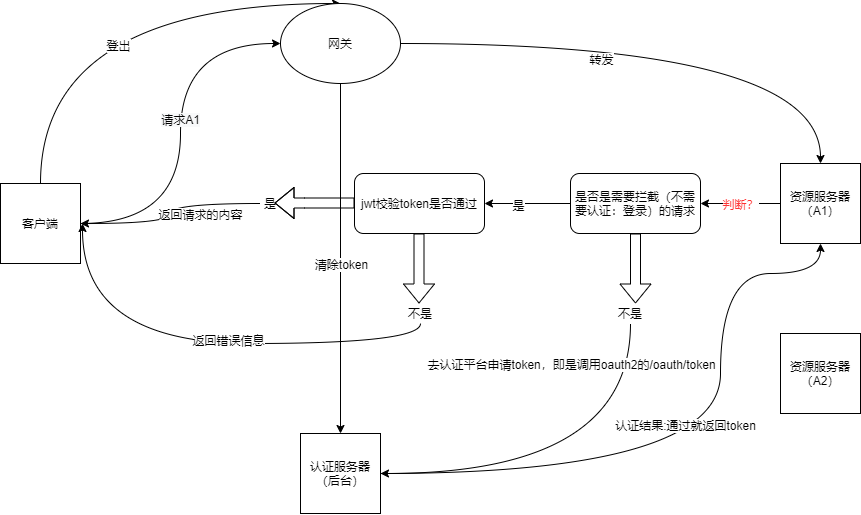
Before: 认证流程.png, a diagram exported from draw.io (jsdsfy/flowchart-warehouse). Source tidied: cells renumbered, new cells last; positions are measured from the earlier drawing's top-left corner, leaving out a move shared by most shapes.
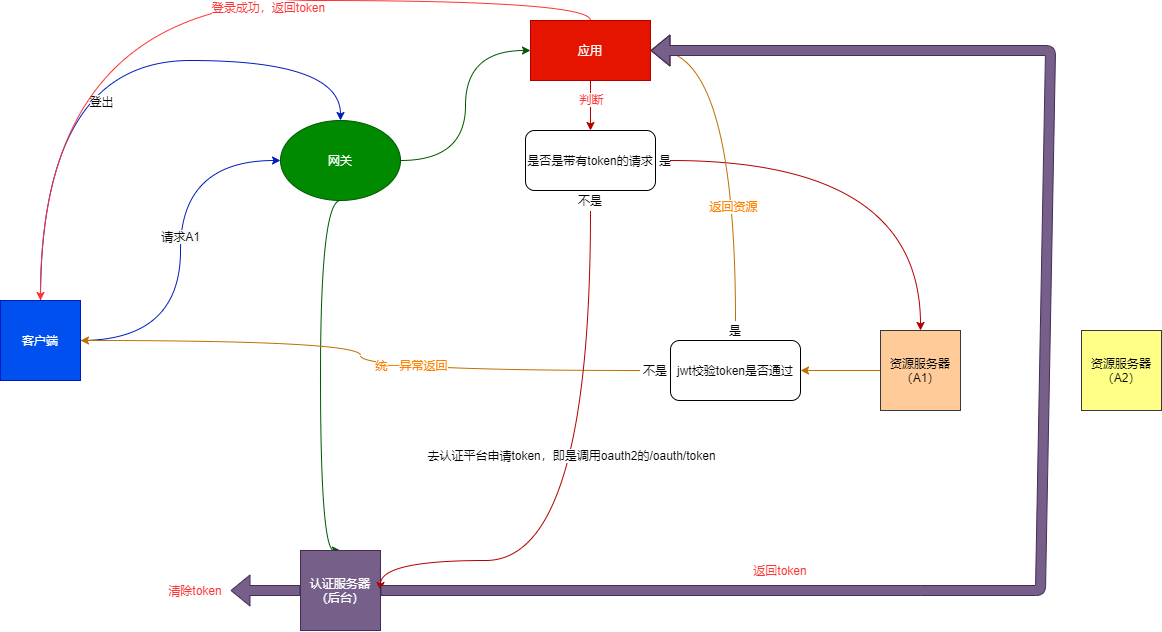
Later version of the same file.

Commit message:
更新认证流程.png

What changed in the source:
```diff
@@ -2,127 +2,90 @@
   <root>
     <mxCell id="0" />
     <mxCell id="1" parent="0" />
-    <mxCell id="2" style="edgeStyle=orthogonalEdgeStyle;jettySize=auto;html=1;exitX=1;exitY=0.5;exitDx=0;exitDy=0;entryX=0;entryY=0.5;entryDx=0;entryDy=0;curved=1;" parent="1" edge="1" source="6" target="14">
+    <mxCell id="2" style="edgeStyle=orthogonalEdgeStyle;jettySize=auto;html=1;exitX=1;exitY=0.5;exitDx=0;exitDy=0;entryX=0;entryY=0.5;entryDx=0;entryDy=0;curved=1;fillColor=#0050ef;strokeColor=#001DBC;" parent="1" edge="1" source="6" target="14">
       <mxGeometry relative="1" as="geometry" />
     </mxCell>
     <mxCell id="3" value="&lt;span style=&quot;font-size: 12px ; background-color: rgb(248 , 249 , 250)&quot;&gt;请求A1&lt;/span&gt;" style="edgeLabel;html=1;align=center;verticalAlign=middle;" parent="2" vertex="1">
       <mxGeometry x="0.07" y="1" relative="1" as="geometry" />
     </mxCell>
-    <mxCell id="4" style="edgeStyle=orthogonalEdgeStyle;curved=1;jettySize=auto;html=1;exitX=0.5;exitY=0;exitDx=0;exitDy=0;entryX=0.5;entryY=0;entryDx=0;entryDy=0;" parent="1" edge="1" source="6" target="14">
+    <mxCell id="4" style="edgeStyle=orthogonalEdgeStyle;curved=1;jettySize=auto;html=1;exitX=0.5;exitY=0;exitDx=0;exitDy=0;entryX=0.5;entryY=0;entryDx=0;entryDy=0;strokeColor=#001DBC;fillColor=#0050ef;" parent="1" edge="1" source="6" target="14">
       <mxGeometry relative="1" as="geometry">
         <Array as="points">
-          <mxPoint x="40" />
+          <mxPoint x="40" y="-60" />
+          <mxPoint x="340" y="-60" />
         </Array>
       </mxGeometry>
     </mxCell>
     <mxCell id="5" value="登出" style="edgeLabel;html=1;align=center;verticalAlign=middle;" parent="4" vertex="1">
-      <mxGeometry x="-0.42" y="-77" relative="1" as="geometry" />
+      <mxGeometry x="-0.42" y="-77" relative="1" as="geometry">
+        <mxPoint x="-17" y="-27.1" as="offset" />
+      </mxGeometry>
     </mxCell>
-    <mxCell id="6" value="客户端" style="whiteSpace=wrap;html=1;" parent="1" vertex="1">
+    <mxCell id="6" value="客户端" style="whiteSpace=wrap;html=1;fillColor=#0050ef;strokeColor=#001DBC;fontColor=#ffffff;" parent="1" vertex="1">
       <mxGeometry y="180" width="80" height="80" as="geometry" />
     </mxCell>
-    <mxCell id="7" style="edgeStyle=orthogonalEdgeStyle;curved=1;jettySize=auto;html=1;exitX=0;exitY=0.5;exitDx=0;exitDy=0;entryX=1;entryY=0.5;entryDx=0;entryDy=0;" parent="1" edge="1" source="9" target="21">
-      <mxGeometry relative="1" as="geometry" />
-    </mxCell>
-    <mxCell id="8" value="判断？" style="edgeLabel;html=1;align=center;verticalAlign=middle;fontColor=#FF3333;" parent="7" vertex="1">
-      <mxGeometry x="0.27" y="3" relative="1" as="geometry">
-        <mxPoint x="10.8" y="-3" as="offset" />
-      </mxGeometry>
-    </mxCell>
+    <mxCell id="35" style="edgeStyle=orthogonalEdgeStyle;curved=1;jettySize=auto;html=1;exitX=0;exitY=0.5;exitDx=0;exitDy=0;entryX=1;entryY=0.5;entryDx=0;entryDy=0;strokeColor=#BD7000;fontColor=#FF3333;fillColor=#f0a30a;" parent="1" edge="1" source="9" target="26">
+      <mxGeometry relative="1" as="geometry" />
+    </mxCell>
-    <mxCell id="9" value="资源服务器（A1）" style="whiteSpace=wrap;html=1;" parent="1" vertex="1">
-      <mxGeometry x="780" y="160" width="80" height="80" as="geometry" />
+    <mxCell id="9" value="资源服务器（A1）" style="whiteSpace=wrap;html=1;fillColor=#ffcc99;strokeColor=#36393d;" parent="1" vertex="1">
+      <mxGeometry x="880" y="210" width="80" height="80" as="geometry" />
     </mxCell>
-    <mxCell id="10" style="edgeStyle=orthogonalEdgeStyle;curved=1;jettySize=auto;html=1;exitX=1;exitY=0.5;exitDx=0;exitDy=0;entryX=0.5;entryY=0;entryDx=0;entryDy=0;" parent="1" edge="1" source="14" target="9">
-      <mxGeometry relative="1" as="geometry" />
-    </mxCell>
-    <mxCell id="11" value="转发" style="edgeLabel;html=1;align=center;verticalAlign=middle;" parent="10" vertex="1">
-      <mxGeometry x="-0.26" y="-15" relative="1" as="geometry" />
-    </mxCell>
-    <mxCell id="12" style="edgeStyle=orthogonalEdgeStyle;curved=1;jettySize=auto;html=1;exitX=0.5;exitY=1;exitDx=0;exitDy=0;entryX=0.5;entryY=0;entryDx=0;entryDy=0;" parent="1" edge="1" source="14" target="17">
-      <mxGeometry relative="1" as="geometry" />
+    <mxCell id="12" style="edgeStyle=orthogonalEdgeStyle;curved=1;jettySize=auto;html=1;exitX=0.5;exitY=1;exitDx=0;exitDy=0;entryX=0.5;entryY=0;entryDx=0;entryDy=0;strokeColor=#005700;fillColor=#008a00;" parent="1" edge="1" source="14" target="17">
+      <mxGeometry relative="1" as="geometry">
+        <Array as="points">
+          <mxPoint x="320" y="80" />
+          <mxPoint x="320" y="430" />
+        </Array>
+      </mxGeometry>
     </mxCell>
-    <mxCell id="13" value="清除token" style="edgeLabel;html=1;align=center;verticalAlign=middle;" parent="12" vertex="1">
-      <mxGeometry x="-0.17" relative="1" as="geometry">
-        <mxPoint y="35" as="offset" />
-      </mxGeometry>
-    </mxCell>
+    <mxCell id="36" style="edgeStyle=orthogonalEdgeStyle;curved=1;jettySize=auto;html=1;exitX=1;exitY=0.5;exitDx=0;exitDy=0;entryX=0;entryY=0.5;entryDx=0;entryDy=0;fontColor=#FF3333;strokeColor=#005700;fillColor=#008a00;" parent="1" edge="1" source="14" target="46">
+      <mxGeometry relative="1" as="geometry" />
+    </mxCell>
-    <mxCell id="14" value="网关" style="ellipse;whiteSpace=wrap;html=1;" parent="1" vertex="1">
+    <mxCell id="14" value="网关" style="ellipse;whiteSpace=wrap;html=1;fillColor=#008a00;strokeColor=#005700;fontColor=#ffffff;" parent="1" vertex="1">
       <mxGeometry x="280" width="120" height="80" as="geometry" />
     </mxCell>
-    <mxCell id="15" style="edgeStyle=orthogonalEdgeStyle;curved=1;jettySize=auto;html=1;exitX=1;exitY=0.5;exitDx=0;exitDy=0;entryX=0.5;entryY=1;entryDx=0;entryDy=0;" parent="1" edge="1" source="17" target="9">
-      <mxGeometry relative="1" as="geometry">
-        <Array as="points">
-          <mxPoint x="720" y="470" />
-          <mxPoint x="720" y="270" />
-          <mxPoint x="820" y="270" />
-        </Array>
-      </mxGeometry>
-    </mxCell>
-    <mxCell id="16" value="认证结果:通过就返回token" style="edgeLabel;html=1;align=center;verticalAlign=middle;" parent="15" vertex="1">
-      <mxGeometry x="-0.09" y="49" relative="1" as="geometry" />
-    </mxCell>
-    <mxCell id="17" value="认证服务器（后台）" style="whiteSpace=wrap;html=1;" parent="1" vertex="1">
+    <mxCell id="17" value="认证服务器（后台）" style="whiteSpace=wrap;html=1;fillColor=#76608a;strokeColor=#432D57;fontColor=#ffffff;" parent="1" vertex="1">
       <mxGeometry x="300" y="430" width="80" height="80" as="geometry" />
     </mxCell>
-    <mxCell id="18" value="资源服务器（A2）" style="whiteSpace=wrap;html=1;" parent="1" vertex="1">
-      <mxGeometry x="780" y="330" width="80" height="80" as="geometry" />
+    <mxCell id="18" value="资源服务器（A2）" style="whiteSpace=wrap;html=1;fillColor=#ffff88;strokeColor=#36393d;" parent="1" vertex="1">
+      <mxGeometry x="1081" y="210" width="80" height="80" as="geometry" />
     </mxCell>
-    <mxCell id="19" style="edgeStyle=orthogonalEdgeStyle;curved=1;jettySize=auto;html=1;exitX=0;exitY=0.5;exitDx=0;exitDy=0;entryX=1;entryY=0.5;entryDx=0;entryDy=0;" parent="1" edge="1" source="21" target="26">
-      <mxGeometry relative="1" as="geometry" />
-    </mxCell>
-    <mxCell id="20" value="是" style="edgeLabel;html=1;align=center;verticalAlign=middle;" parent="19" vertex="1">
-      <mxGeometry x="0.22" y="1" relative="1" as="geometry" />
-    </mxCell>
+    <mxCell id="37" style="edgeStyle=orthogonalEdgeStyle;curved=1;jettySize=auto;html=1;entryX=0.5;entryY=0;entryDx=0;entryDy=0;strokeColor=#B20000;fontColor=#FF3333;fillColor=#e51400;" parent="1" edge="1" target="9">
+      <mxGeometry relative="1" as="geometry">
+        <mxPoint x="670" y="40" as="sourcePoint" />
+      </mxGeometry>
+    </mxCell>
-    <mxCell id="21" value="是否是需要拦截（不需要认证：登录）的请求" style="rounded=1;whiteSpace=wrap;html=1;" parent="1" vertex="1">
-      <mxGeometry x="570" y="170" width="130" height="60" as="geometry" />
+    <mxCell id="21" value="是否是带有token的请求" style="rounded=1;whiteSpace=wrap;html=1;" parent="1" vertex="1">
+      <mxGeometry x="525" y="10" width="130" height="60" as="geometry" />
     </mxCell>
-    <mxCell id="22" style="shape=flexArrow;endArrow=classic;html=1;" parent="1" edge="1" source="21">
-      <mxGeometry relative="1" as="geometry">
-        <mxPoint x="635" y="300" as="targetPoint" />
-      </mxGeometry>
-    </mxCell>
-    <mxCell id="23" style="edgeStyle=orthogonalEdgeStyle;curved=1;jettySize=auto;html=1;exitX=0.5;exitY=1;exitDx=0;exitDy=0;" parent="1" edge="1" source="25">
-      <mxGeometry relative="1" as="geometry">
-        <mxPoint x="82" y="220" as="targetPoint" />
-      </mxGeometry>
-    </mxCell>
-    <mxCell id="24" value="返回错误信息" style="edgeLabel;html=1;align=center;verticalAlign=middle;" parent="23" vertex="1">
-      <mxGeometry x="-0.11" y="-4" relative="1" as="geometry" />
-    </mxCell>
+    <mxCell id="38" style="edgeStyle=orthogonalEdgeStyle;curved=1;jettySize=auto;html=1;exitX=0;exitY=0.5;exitDx=0;exitDy=0;strokeColor=#BD7000;fontColor=#FF3333;fillColor=#f0a30a;" parent="1" edge="1" source="25" target="6">
+      <mxGeometry relative="1" as="geometry" />
+    </mxCell>
+    <mxCell id="39" value="统一异常返回" style="edgeLabel;html=1;align=center;verticalAlign=middle;fontColor=#FF8000;" parent="38" vertex="1">
+      <mxGeometry x="-0.22" y="-6" relative="1" as="geometry" />
+    </mxCell>
     <mxCell id="25" value="不是" style="text;html=1;strokeColor=none;fillColor=none;align=center;verticalAlign=middle;whiteSpace=wrap;rounded=0;" parent="1" vertex="1">
-      <mxGeometry x="400" y="300" width="40" height="20" as="geometry" />
+      <mxGeometry x="640" y="240" width="30" height="20" as="geometry" />
     </mxCell>
     <mxCell id="26" value="jwt校验token是否通过" style="rounded=1;whiteSpace=wrap;html=1;" parent="1" vertex="1">
-      <mxGeometry x="354" y="170" width="130" height="60" as="geometry" />
+      <mxGeometry x="670" y="220" width="130" height="60" as="geometry" />
     </mxCell>
-    <mxCell id="27" style="edgeStyle=orthogonalEdgeStyle;curved=1;jettySize=auto;html=1;exitX=0;exitY=0.5;exitDx=0;exitDy=0;entryX=1;entryY=0.5;entryDx=0;entryDy=0;" parent="1" edge="1" source="29" target="6">
-      <mxGeometry relative="1" as="geometry" />
-    </mxCell>
-    <mxCell id="28" value="返回请求的内容" style="edgeLabel;html=1;align=center;verticalAlign=middle;" parent="27" vertex="1">
-      <mxGeometry x="-0.26" y="7" relative="1" as="geometry">
-        <mxPoint x="14" y="3" as="offset" />
-      </mxGeometry>
-    </mxCell>
+    <mxCell id="40" style="edgeStyle=orthogonalEdgeStyle;curved=1;jettySize=auto;html=1;exitX=0.5;exitY=0;exitDx=0;exitDy=0;entryX=1;entryY=0.5;entryDx=0;entryDy=0;strokeColor=#BD7000;fontColor=#FF3333;fillColor=#f0a30a;" parent="1" edge="1" source="29" target="46">
+      <mxGeometry relative="1" as="geometry" />
+    </mxCell>
+    <mxCell id="41" value="返回资源" style="edgeLabel;html=1;align=center;verticalAlign=middle;fontColor=#FF8000;" parent="40" vertex="1">
+      <mxGeometry x="-0.36" y="3" relative="1" as="geometry" />
+    </mxCell>
     <mxCell id="29" value="是" style="text;html=1;strokeColor=none;fillColor=none;align=center;verticalAlign=middle;whiteSpace=wrap;rounded=0;" parent="1" vertex="1">
-      <mxGeometry x="260" y="190" width="20" height="20" as="geometry" />
+      <mxGeometry x="725" y="200" width="20" height="20" as="geometry" />
     </mxCell>
-    <mxCell id="30" style="shape=flexArrow;endArrow=classic;html=1;exitX=0;exitY=0.5;exitDx=0;exitDy=0;" parent="1" edge="1">
-      <mxGeometry relative="1" as="geometry">
-        <mxPoint x="354" y="199.5" as="sourcePoint" />
-        <mxPoint x="274" y="199.5" as="targetPoint" />
-        <Array as="points">
-          <mxPoint x="304" y="199.5" />
-        </Array>
-      </mxGeometry>
-    </mxCell>
-    <mxCell id="31" style="shape=flexArrow;endArrow=classic;html=1;" parent="1" edge="1">
-      <mxGeometry relative="1" as="geometry">
-        <mxPoint x="418.5" y="230" as="sourcePoint" />
-        <mxPoint x="418.5" y="300" as="targetPoint" />
-      </mxGeometry>
-    </mxCell>
-    <mxCell id="32" style="edgeStyle=orthogonalEdgeStyle;curved=1;jettySize=auto;html=1;exitX=0.5;exitY=1;exitDx=0;exitDy=0;entryX=1;entryY=0.5;entryDx=0;entryDy=0;" parent="1" edge="1" source="34" target="17">
-      <mxGeometry relative="1" as="geometry" />
+    <mxCell id="32" style="edgeStyle=orthogonalEdgeStyle;curved=1;jettySize=auto;html=1;entryX=1;entryY=0.5;entryDx=0;entryDy=0;exitX=0.5;exitY=1;exitDx=0;exitDy=0;strokeColor=#B20000;fillColor=#e51400;" parent="1" edge="1" source="34" target="17">
+      <mxGeometry relative="1" as="geometry">
+        <Array as="points">
+          <mxPoint x="590" y="440" />
+          <mxPoint x="380" y="440" />
+        </Array>
+      </mxGeometry>
     </mxCell>
     <mxCell id="33" value="去认证平台申请token，即是调用oauth2的/oauth/token" style="edgeLabel;html=1;align=center;verticalAlign=middle;" parent="32" vertex="1">
       <mxGeometry x="0.1" y="-30" relative="1" as="geometry">
@@ -130,7 +93,51 @@
       </mxGeometry>
     </mxCell>
     <mxCell id="34" value="不是" style="text;html=1;strokeColor=none;fillColor=none;align=center;verticalAlign=middle;whiteSpace=wrap;rounded=0;" parent="1" vertex="1">
-      <mxGeometry x="610" y="300" width="40" height="20" as="geometry" />
+      <mxGeometry x="570" y="70" width="40" height="20" as="geometry" />
     </mxCell>
+    <mxCell id="42" style="edgeStyle=orthogonalEdgeStyle;curved=1;jettySize=auto;html=1;exitX=0.5;exitY=1;exitDx=0;exitDy=0;entryX=0.5;entryY=0;entryDx=0;entryDy=0;strokeColor=#B20000;fontColor=#FF3333;fillColor=#e51400;" parent="1" edge="1" source="46" target="21">
+      <mxGeometry relative="1" as="geometry">
+        <Array as="points">
+          <mxPoint x="590" y="-30" />
+          <mxPoint x="590" y="-30" />
+        </Array>
+      </mxGeometry>
+    </mxCell>
+    <mxCell id="43" value="判断" style="edgeLabel;html=1;align=center;verticalAlign=middle;fontColor=#FF3333;" parent="42" vertex="1">
+      <mxGeometry x="-0.27" relative="1" as="geometry" />
+    </mxCell>
+    <mxCell id="44" style="edgeStyle=orthogonalEdgeStyle;curved=1;jettySize=auto;html=1;exitX=0.5;exitY=0;exitDx=0;exitDy=0;entryX=0.5;entryY=0;entryDx=0;entryDy=0;fontColor=#FF8000;fillColor=#e51400;strokeColor=#FF3333;" parent="1" edge="1" source="46" target="6">
+      <mxGeometry relative="1" as="geometry" />
+    </mxCell>
+    <mxCell id="45" value="登录成功，返回token" style="edgeLabel;html=1;align=center;verticalAlign=middle;fontColor=#FF3333;" parent="44" vertex="1">
+      <mxGeometry x="-0.21" y="6" relative="1" as="geometry" />
+    </mxCell>
+    <mxCell id="46" value="应用" style="rounded=0;whiteSpace=wrap;html=1;fontColor=#ffffff;fillColor=#e51400;strokeColor=#B20000;" parent="1" vertex="1">
+      <mxGeometry x="530" y="-100" width="120" height="60" as="geometry" />
+    </mxCell>
+    <mxCell id="20" value="是" style="text;html=1;strokeColor=none;fillColor=none;align=center;verticalAlign=middle;whiteSpace=wrap;rounded=0;" parent="1" vertex="1">
+      <mxGeometry x="655" y="30" width="20" height="20" as="geometry" />
+    </mxCell>
+    <mxCell id="13" value="清除token" style="text;html=1;strokeColor=none;fillColor=none;align=center;verticalAlign=middle;whiteSpace=wrap;rounded=0;fontColor=#FF3333;" parent="1" vertex="1">
+      <mxGeometry x="160" y="460" width="70" height="20" as="geometry" />
+    </mxCell>
+    <mxCell id="47" style="shape=flexArrow;endArrow=classic;html=1;strokeColor=#432D57;fontColor=#FF8000;exitX=0;exitY=0.5;exitDx=0;exitDy=0;fillColor=#76608a;" parent="1" edge="1" source="17">
+      <mxGeometry relative="1" as="geometry">
+        <mxPoint x="230" y="470" as="targetPoint" />
+      </mxGeometry>
+    </mxCell>
+    <mxCell id="48" style="shape=flexArrow;endArrow=classic;html=1;strokeColor=#432D57;fontColor=#FF8000;exitX=1;exitY=0.5;exitDx=0;exitDy=0;fillColor=#76608a;" parent="1" edge="1" source="17">
+      <mxGeometry relative="1" as="geometry">
+        <mxPoint x="650" y="-70" as="targetPoint" />
+        <Array as="points">
+          <mxPoint x="920" y="470" />
+          <mxPoint x="1040" y="470" />
+          <mxPoint x="1050" y="-70" />
+        </Array>
+      </mxGeometry>
+    </mxCell>
+    <mxCell id="49" value="返回token" style="text;html=1;strokeColor=none;fillColor=none;align=center;verticalAlign=middle;whiteSpace=wrap;rounded=0;fontColor=#FF3333;" parent="1" vertex="1">
+      <mxGeometry x="745" y="440" width="70" height="20" as="geometry" />
+    </mxCell>
   </root>
 </mxGraphModel>
```
